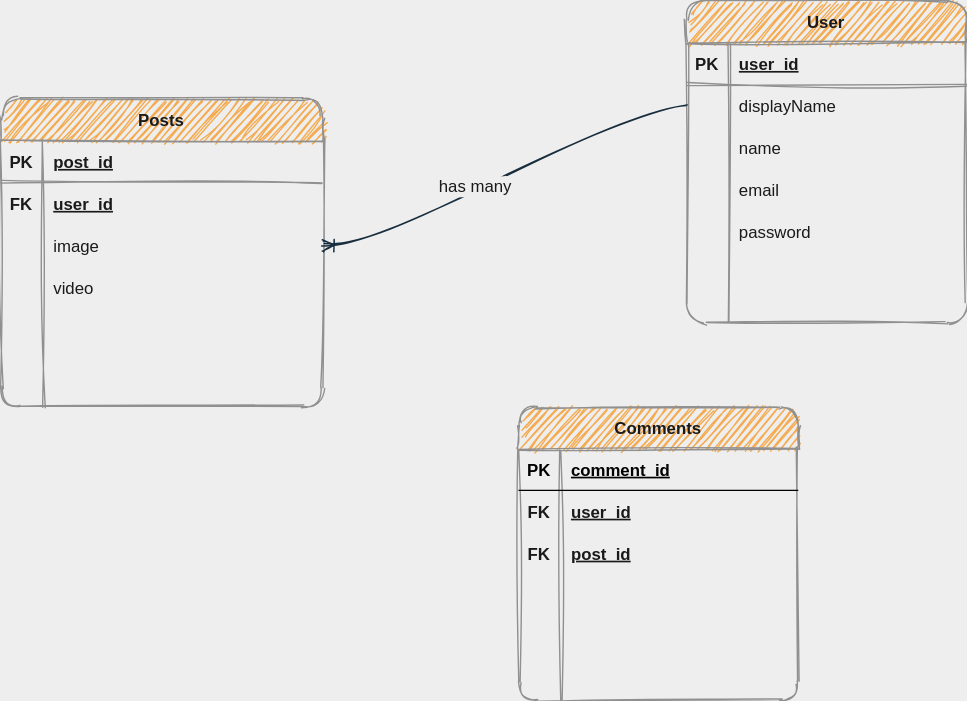
mgkyawmyotun/bluedit keeps this draw.io diagram as design/databaseDesign.svg. Above is the earlier version. Source tidied: cells renumbered, new cells last; positions are measured from the earlier drawing's top-left corner, leaving out a move shared by most shapes.
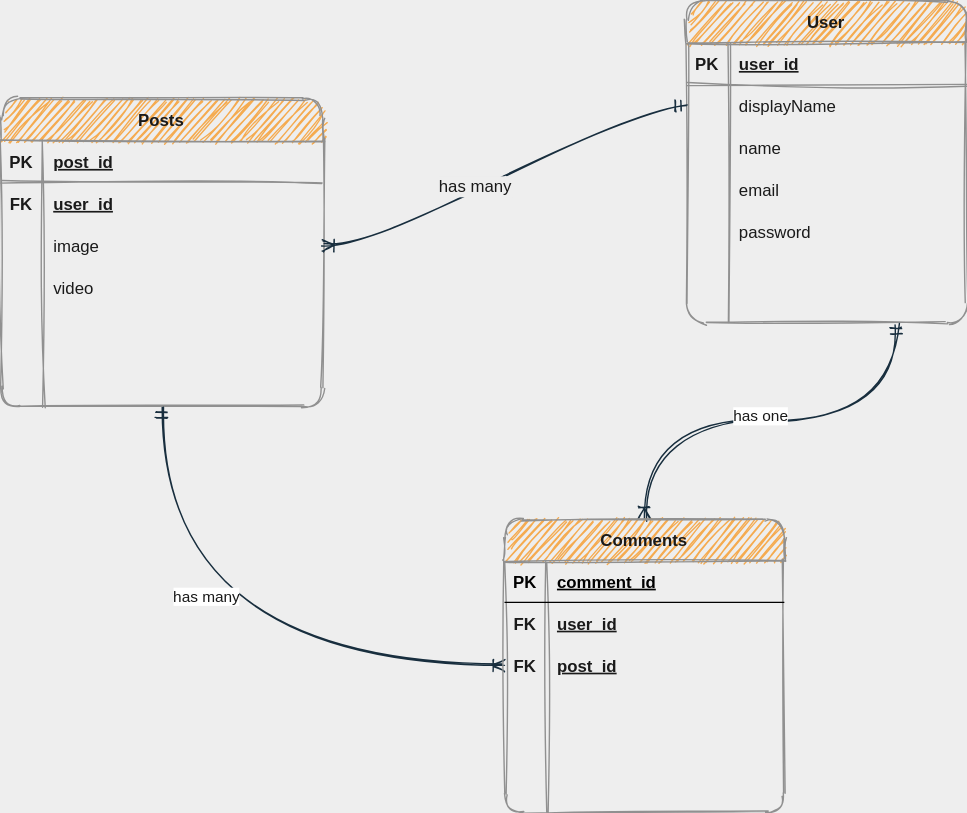
Above is the later version.

Change to the diagram source:
```diff
@@ -98,14 +98,28 @@
     <mxCell id="33" value="video" style="shape=partialRectangle;fillColor=none;top=0;left=0;bottom=0;right=0;align=left;spacingLeft=6;overflow=hidden;strokeColor=#909090;fontColor=#1A1A1A;rounded=1;sketch=1;" parent="31" vertex="1">
       <mxGeometry x="30" width="200" height="30" as="geometry" />
     </mxCell>
-    <mxCell id="34" style="edgeStyle=entityRelationEdgeStyle;fontSize=12;html=1;endArrow=ERoneToMany;entryX=1;entryY=0.5;entryDx=0;entryDy=0;exitX=0;exitY=0.5;exitDx=0;exitDy=0;strokeColor=#182E3E;labelBackgroundColor=#EEEEEE;fontColor=#1A1A1A;curved=1;sketch=1;" parent="1" edge="1" source="6" target="28">
+    <mxCell id="34" style="edgeStyle=entityRelationEdgeStyle;fontSize=12;html=1;endArrow=ERoneToMany;entryX=1;entryY=0.5;entryDx=0;entryDy=0;exitX=0;exitY=0.5;exitDx=0;exitDy=0;strokeColor=#182E3E;labelBackgroundColor=#EEEEEE;fontColor=#1A1A1A;curved=1;sketch=1;startArrow=ERmandOne;startFill=0;" parent="1" edge="1" source="6" target="28">
       <mxGeometry relative="1" as="geometry" />
     </mxCell>
     <mxCell id="35" value="has many" style="edgeLabel;html=1;align=center;verticalAlign=middle;fontSize=12;fontColor=#1A1A1A;labelBackgroundColor=#EEEEEE;rounded=1;sketch=1;" parent="34" vertex="1">
       <mxGeometry x="0.15" y="-3" relative="1" as="geometry" />
     </mxCell>
+    <mxCell id="52" style="edgeStyle=orthogonalEdgeStyle;curved=1;rounded=1;sketch=1;jettySize=auto;html=1;strokeColor=#182E3E;fontColor=#1A1A1A;endArrow=ERmandOne;endFill=0;startArrow=ERoneToMany;startFill=0;" parent="1" edge="1" source="36">
+      <mxGeometry relative="1" as="geometry">
+        <mxPoint x="115" y="290" as="targetPoint" />
+      </mxGeometry>
+    </mxCell>
+    <mxCell id="53" value="has many" style="edgeLabel;html=1;align=center;verticalAlign=middle;fontColor=#1A1A1A;" parent="52" vertex="1">
+      <mxGeometry x="0.37" y="-31" relative="1" as="geometry" />
+    </mxCell>
+    <mxCell id="54" style="edgeStyle=orthogonalEdgeStyle;curved=1;rounded=1;sketch=1;jettySize=auto;html=1;entryX=0.75;entryY=1;entryDx=0;entryDy=0;endArrow=ERmandOne;endFill=0;strokeColor=#182E3E;fontColor=#1A1A1A;startArrow=ERoneToMany;startFill=0;" parent="1" edge="1" source="36" target="2">
+      <mxGeometry relative="1" as="geometry" />
+    </mxCell>
+    <mxCell id="55" value="has one" style="edgeLabel;html=1;align=center;verticalAlign=middle;fontColor=#1A1A1A;" parent="54" vertex="1">
+      <mxGeometry x="-0.05" y="4" relative="1" as="geometry" />
+    </mxCell>
     <mxCell id="36" value="Comments" style="shape=table;startSize=30;rowLines=0;fontStyle=1;align=center;rounded=1;sketch=1;strokeColor=#909090;fillColor=#F5AB50;fontColor=#1A1A1A;" parent="1" vertex="1">
-      <mxGeometry x="370" y="290" width="200" height="210" as="geometry" />
+      <mxGeometry x="360" y="370" width="200" height="210" as="geometry" />
     </mxCell>
     <mxCell id="37" style="shape=partialRectangle;fillColor=none;top=0;left=0;bottom=1;right=0;" parent="36" vertex="1">
       <mxGeometry y="30" width="200" height="30" as="geometry" />
```
